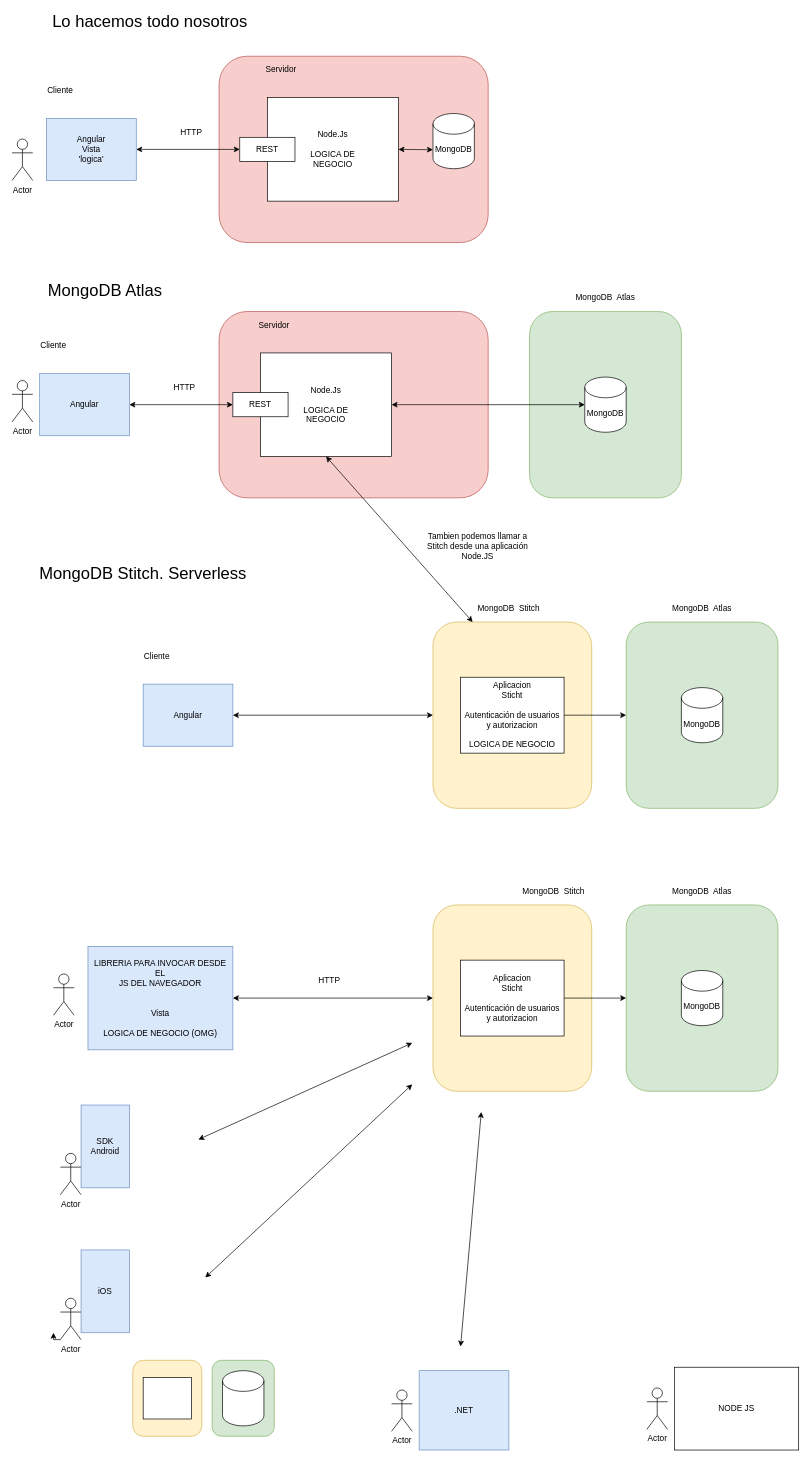
Above: page "MongoDB_Cloud" (60 of 69) of diagramas.drawio in almoril00/MEAN (draw.io), before the change. Source tidied: cells renumbered, new cells numbered last; positions are measured from the earlier drawing's top-left corner, leaving out a move shared by most shapes. Both pictures are drawn from the tidied source at 69%, with x=0, y=0 at pixel (12, 14).
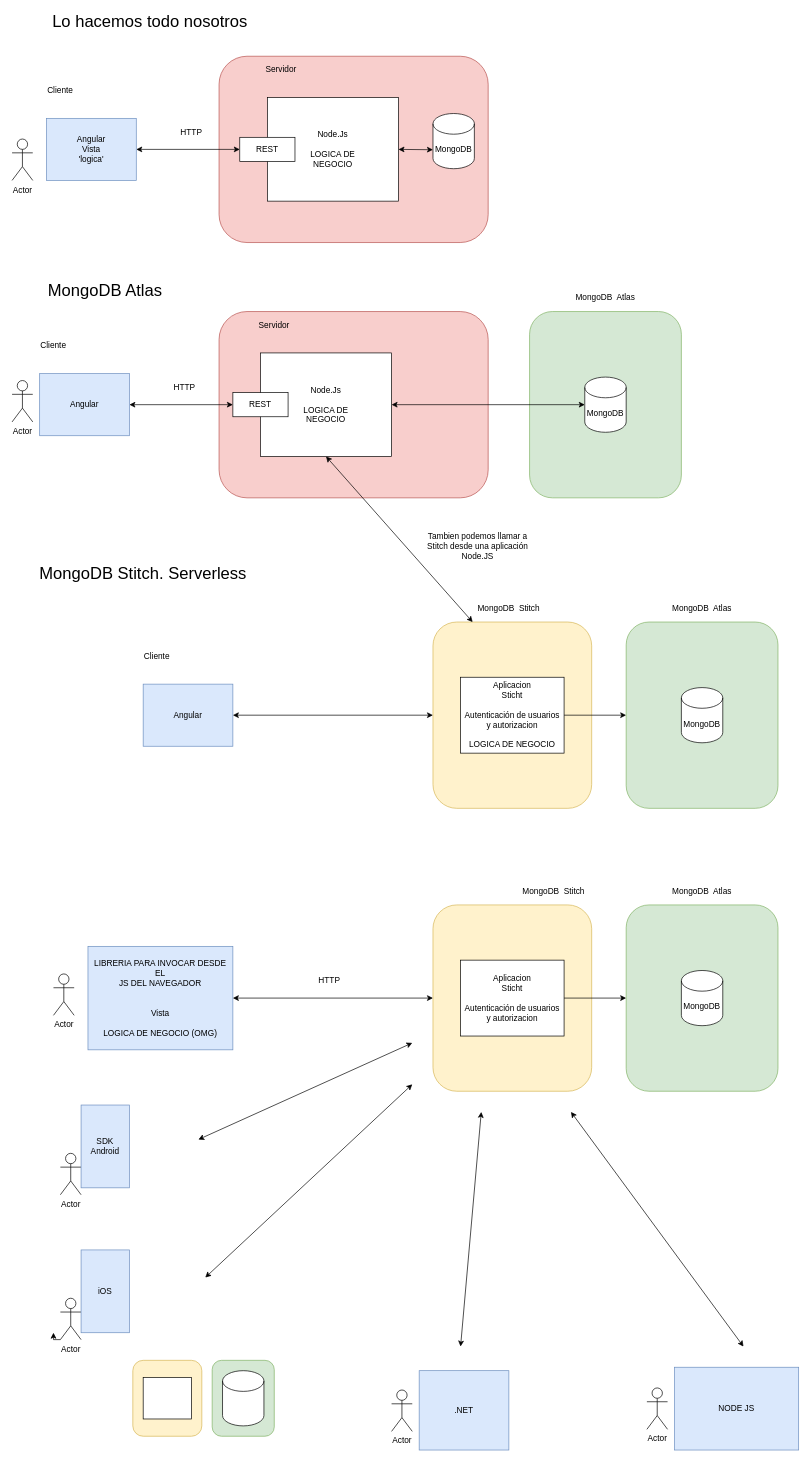
After the change.

What changed in the source:
```diff
@@
-    <mxCell id="66" value="NODE JS" style="rounded=0;whiteSpace=wrap;html=1;fillColor=none;" parent="1" vertex="1">
+    <mxCell id="66" value="NODE JS" style="rounded=0;whiteSpace=wrap;html=1;fillColor=#dae8fc;strokeColor=#6c8ebf;" parent="1" vertex="1">
       <mxGeometry x="960" y="1960" width="180" height="120" as="geometry" />
     </mxCell>
@@
+    <mxCell id="68" style="endArrow=classic;startArrow=classic;html=1;" parent="1" edge="1">
+      <mxGeometry relative="1" as="geometry">
+        <mxPoint x="1060" y="1930" as="sourcePoint" />
+        <mxPoint x="810" y="1590" as="targetPoint" />
+      </mxGeometry>
+    </mxCell>
```
